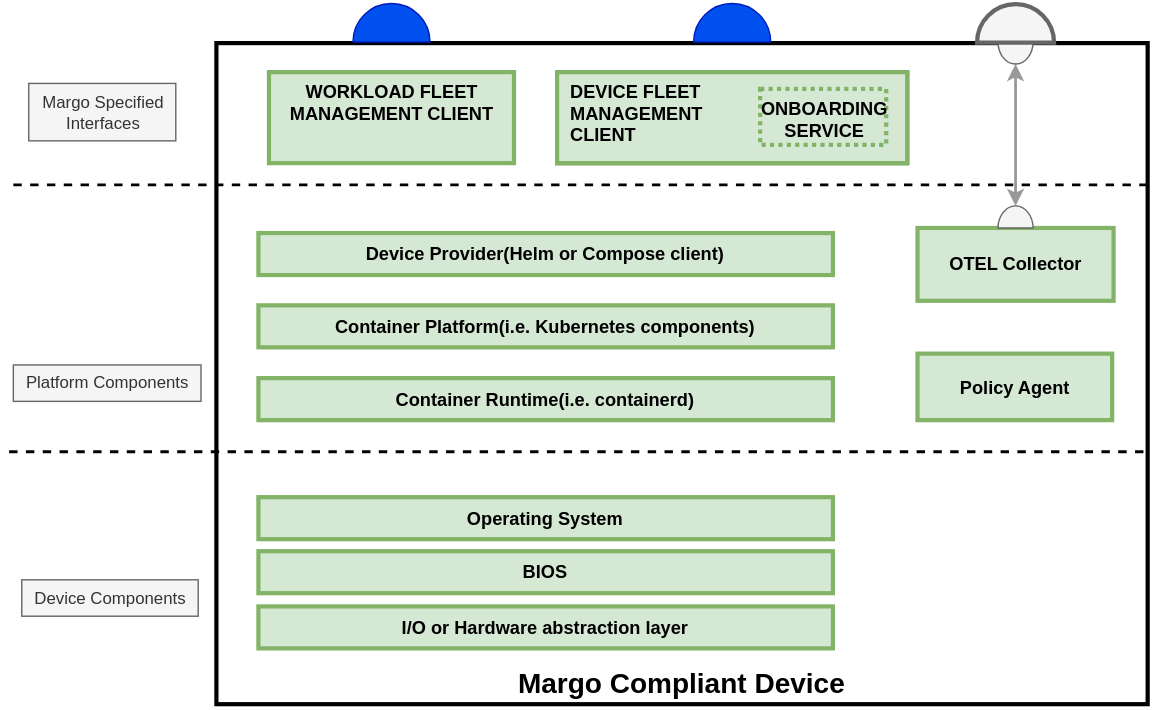
Earlier version of the draw.io export system-design/figures/device-layers.drawio.svg (margo/general_website_content). Source tidied: cells renumbered, new cells last; positions are measured from the earlier drawing's top-left corner, leaving out a move shared by most shapes. Source of this version:
```xml
<mxGraphModel>
  <root>
    <mxCell id="0" />
    <mxCell id="1" parent="0" />
    <mxCell id="2" style="rounded=0;whiteSpace=wrap;html=1;strokeColor=none;" parent="1" vertex="1">
      <mxGeometry width="824" height="507" as="geometry" />
    </mxCell>
    <mxCell id="3" value="Margo Compliant Device" style="whiteSpace=wrap;align=center;verticalAlign=bottom;fontStyle=1;strokeWidth=3;fontSize=20;rounded=0;fontFamily=Helvetica;" parent="1" vertex="1">
      <mxGeometry x="154" y="30.3" width="665" height="472.1" as="geometry" />
    </mxCell>
    <mxCell id="4" style="edgeStyle=orthogonalEdgeStyle;rounded=0;jettySize=auto;html=1;exitX=0.5;exitY=1;exitDx=0;exitDy=0;startArrow=classic;startFill=1;fillColor=#dae8fc;strokeColor=#999999;fontSize=11;verticalAlign=middle;strokeWidth=2;exitPerimeter=0;entryX=0.5;entryY=1;entryDx=0;entryDy=0;entryPerimeter=0;align=center;fontFamily=Helvetica;fontColor=default;labelBackgroundColor=default;endArrow=classic;fontStyle=0;elbow=horizontal;endFill=1;" parent="1" edge="1" source="5" target="20">
      <mxGeometry relative="1" as="geometry" />
    </mxCell>
    <mxCell id="5" style="verticalLabelPosition=bottom;verticalAlign=top;html=1;shape=mxgraph.basic.half_circle;fillColor=#f5f5f5;rotation=-180;rounded=0;fontFamily=Helvetica;fontColor=#333333;strokeColor=#666666;direction=west;fontStyle=0;" parent="1" vertex="1">
      <mxGeometry x="712.2" y="29.5" width="25" height="15.8" as="geometry" />
    </mxCell>
    <mxCell id="6" style="endArrow=none;dashed=1;html=1;rounded=0;strokeWidth=2;fontStyle=0;" parent="1" edge="1">
      <mxGeometry relative="1" as="geometry">
        <mxPoint x="6" y="322.1" as="sourcePoint" />
        <mxPoint x="819" y="322.1" as="targetPoint" />
      </mxGeometry>
    </mxCell>
    <mxCell id="7" style="endArrow=none;dashed=1;html=1;rounded=0;strokeWidth=2;fontStyle=0;" parent="1" edge="1">
      <mxGeometry relative="1" as="geometry">
        <mxPoint x="9" y="131.5" as="sourcePoint" />
        <mxPoint x="822" y="131.5" as="targetPoint" />
      </mxGeometry>
    </mxCell>
    <mxCell id="8" value="Margo Specified&lt;div&gt;Interfaces&lt;/div&gt;" style="text;html=1;align=center;verticalAlign=middle;strokeColor=#666666;fillColor=#f5f5f5;fontColor=#333333;fontStyle=0;" parent="1" vertex="1">
      <mxGeometry x="20" y="59.1" width="105" height="41" as="geometry" />
    </mxCell>
    <mxCell id="9" value="Platform Components" style="text;html=1;align=center;verticalAlign=middle;strokeColor=#666666;fillColor=#f5f5f5;fontColor=#333333;fontStyle=0;" parent="1" vertex="1">
      <mxGeometry x="9" y="260.1" width="134" height="26" as="geometry" />
    </mxCell>
    <mxCell id="10" value="Device Components" style="text;html=1;align=center;verticalAlign=middle;strokeColor=#666666;fillColor=#f5f5f5;fontColor=#333333;fontStyle=0;" parent="1" vertex="1">
      <mxGeometry x="15" y="413.5" width="126" height="26" as="geometry" />
    </mxCell>
    <mxCell id="11" style="verticalLabelPosition=bottom;verticalAlign=middle;html=1;shape=mxgraph.basic.half_circle;fillColor=#f5f5f5;strokeColor=#666666;rounded=0;fontColor=#333333;rotation=-180;fontFamily=Helvetica;fontStyle=1;strokeWidth=3;align=center;fontSize=12;" parent="1" vertex="1">
      <mxGeometry x="697.2" y="2.5" width="55" height="27.5" as="geometry" />
    </mxCell>
    <mxCell id="12" style="verticalLabelPosition=bottom;verticalAlign=top;html=1;shape=mxgraph.basic.half_circle;fillColor=#0050ef;rotation=-180;rounded=0;fontFamily=Helvetica;fontColor=#ffffff;strokeColor=#001DBC;fontStyle=0;" parent="1" vertex="1">
      <mxGeometry x="251.5" y="2" width="55" height="27.5" as="geometry" />
    </mxCell>
    <mxCell id="13" style="verticalLabelPosition=bottom;verticalAlign=top;html=1;shape=mxgraph.basic.half_circle;fillColor=#0050ef;strokeColor=#001DBC;rounded=0;fontColor=#ffffff;rotation=-180;fontFamily=Helvetica;align=center;fontSize=12;fontStyle=0;" parent="1" vertex="1">
      <mxGeometry x="494.8" y="2" width="55" height="27.5" as="geometry" />
    </mxCell>
    <mxCell id="14" value="Policy Agent" style="whiteSpace=wrap;align=center;verticalAlign=middle;fontStyle=1;strokeWidth=3;fontSize=13;rounded=0;fillColor=#d5e8d4;strokeColor=#82b366;fontFamily=Helvetica;" parent="1" vertex="1">
      <mxGeometry x="654.7" y="252" width="139" height="47.5" as="geometry" />
    </mxCell>
    <mxCell id="15" value="Device Provider(Helm or Compose client)" style="whiteSpace=wrap;align=center;verticalAlign=middle;fontStyle=1;strokeWidth=3;fontSize=13;rounded=0;fillColor=#d5e8d4;strokeColor=#82b366;fontFamily=Helvetica;" parent="1" vertex="1">
      <mxGeometry x="184" y="165.9" width="410.2" height="30" as="geometry" />
    </mxCell>
    <mxCell id="16" value="Container Platform(i.e. Kubernetes components)" style="whiteSpace=wrap;align=center;verticalAlign=middle;fontStyle=1;strokeWidth=3;fontSize=13;rounded=0;fillColor=#d5e8d4;strokeColor=#82b366;fontFamily=Helvetica;" parent="1" vertex="1">
      <mxGeometry x="184" y="217.5" width="410.2" height="30" as="geometry" />
    </mxCell>
    <mxCell id="17" value="Container Runtime(i.e. containerd)" style="whiteSpace=wrap;align=center;verticalAlign=middle;fontStyle=1;strokeWidth=3;fontSize=13;rounded=0;fillColor=#d5e8d4;strokeColor=#82b366;fontFamily=Helvetica;" parent="1" vertex="1">
      <mxGeometry x="184" y="269.5" width="410.2" height="30" as="geometry" />
    </mxCell>
    <mxCell id="18" style="group;" parent="1" vertex="1">
      <mxGeometry x="654.7" y="146.5" width="140" height="67.8" as="geometry" />
    </mxCell>
    <mxCell id="19" value="OTEL Collector" style="whiteSpace=wrap;align=center;verticalAlign=middle;fontStyle=1;strokeWidth=3;fontSize=13;rounded=0;fillColor=#d5e8d4;strokeColor=#82b366;fontFamily=Helvetica;" parent="18" vertex="1">
      <mxGeometry y="15.8" width="140" height="52" as="geometry" />
    </mxCell>
    <mxCell id="20" style="verticalLabelPosition=bottom;verticalAlign=top;html=1;shape=mxgraph.basic.half_circle;fillColor=#f5f5f5;rotation=-180;rounded=0;fontFamily=Helvetica;fontColor=#333333;strokeColor=#666666;fontStyle=0;" parent="18" vertex="1">
      <mxGeometry x="57.5" width="25" height="15.8" as="geometry" />
    </mxCell>
    <mxCell id="21" value="Operating System" style="whiteSpace=wrap;align=center;verticalAlign=middle;fontStyle=1;strokeWidth=3;fontSize=13;rounded=0;fillColor=#d5e8d4;strokeColor=#82b366;fontFamily=Helvetica;" parent="1" vertex="1">
      <mxGeometry x="184" y="354.5" width="410.2" height="30" as="geometry" />
    </mxCell>
    <mxCell id="22" value="BIOS" style="whiteSpace=wrap;align=center;verticalAlign=middle;fontStyle=1;strokeWidth=3;fontSize=13;rounded=0;fillColor=#d5e8d4;strokeColor=#82b366;fontFamily=Helvetica;" parent="1" vertex="1">
      <mxGeometry x="184" y="393.1" width="410.2" height="30" as="geometry" />
    </mxCell>
    <mxCell id="23" value="I/O or Hardware abstraction layer" style="whiteSpace=wrap;align=center;verticalAlign=middle;fontStyle=1;strokeWidth=3;fontSize=13;rounded=0;fillColor=#d5e8d4;strokeColor=#82b366;fontFamily=Helvetica;" parent="1" vertex="1">
      <mxGeometry x="184" y="432.5" width="410.2" height="30" as="geometry" />
    </mxCell>
    <mxCell id="24" value="WORKLOAD FLEET MANAGEMENT CLIENT" style="whiteSpace=wrap;align=center;verticalAlign=top;fontStyle=1;strokeWidth=3;fontSize=13;rounded=0;fontFamily=Helvetica;fillColor=#d5e8d4;strokeColor=#82b366;" parent="1" vertex="1">
      <mxGeometry x="191.5" y="51" width="175" height="65" as="geometry" />
    </mxCell>
    <mxCell id="25" style="group;fillColor=#d5e8d4;strokeColor=#82b366;rounded=0;strokeWidth=3;align=left;verticalAlign=top;fontFamily=Helvetica;fontSize=13;fontColor=default;fontStyle=1;" parent="1" vertex="1">
      <mxGeometry x="397.3" y="51" width="250" height="65" as="geometry" />
    </mxCell>
    <mxCell id="26" style="group;rounded=0;strokeColor=#82b366;strokeWidth=3;align=center;verticalAlign=top;fontFamily=Helvetica;fontSize=13;fontColor=default;fontStyle=1;fillColor=#d5e8d4;" parent="25" vertex="1">
      <mxGeometry width="250" height="65" as="geometry" />
    </mxCell>
    <mxCell id="27" value="DEVICE FLEET &#10;MANAGEMENT&#10;CLIENT" style="whiteSpace=wrap;align=left;verticalAlign=top;fontStyle=1;strokeWidth=3;fillColor=#d5e8d4;strokeColor=#82b366;fontSize=13;rounded=0;spacingRight=5;spacingLeft=8;fontColor=default;fontFamily=Helvetica;" parent="26" vertex="1">
      <mxGeometry width="250" height="65" as="geometry" />
    </mxCell>
    <mxCell id="28" value="ONBOARDING SERVICE" style="whiteSpace=wrap;align=center;verticalAlign=top;fontStyle=1;strokeWidth=3;fillColor=#d5e8d4;strokeColor=#82b366;fontSize=13;rounded=0;spacingRight=5;spacingLeft=8;fontColor=default;dashed=1;dashPattern=1 1;fontFamily=Helvetica;" parent="26" vertex="1">
      <mxGeometry x="145" y="12" width="90" height="40" as="geometry" />
    </mxCell>
  </root>
</mxGraphModel>
```
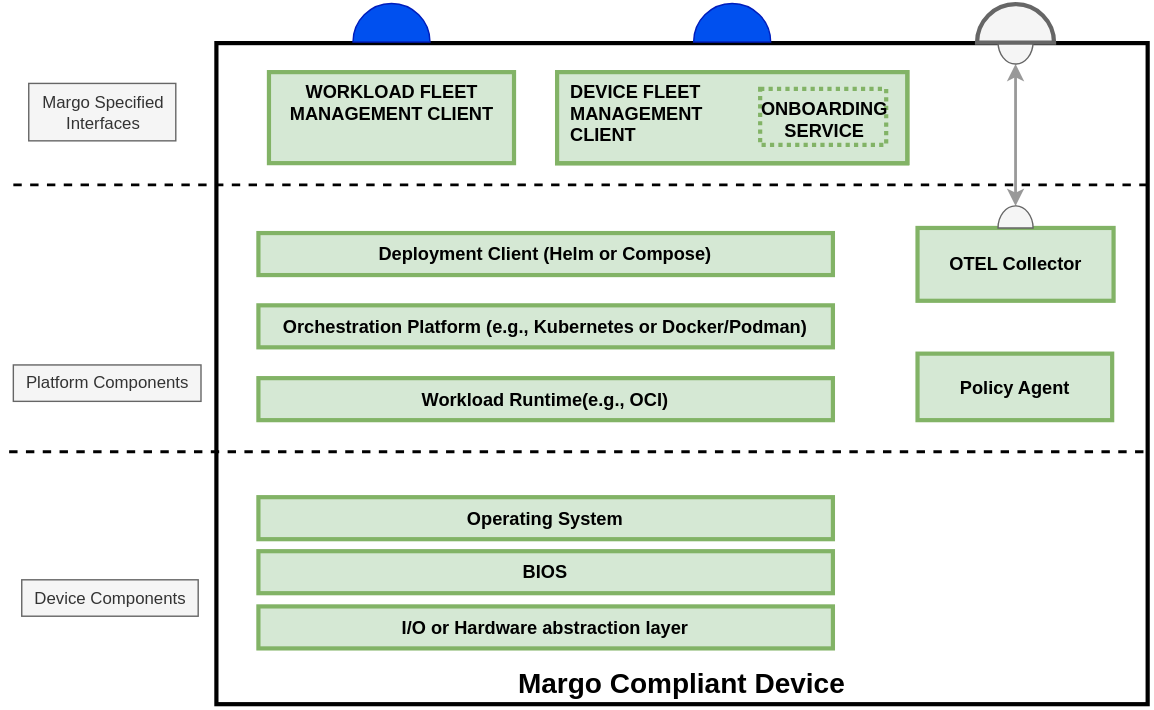
The same file after the commit.

Commit message:
Device roles to capabilities (#26)

The edit, as a diff of the source:
```diff
@@ -44,16 +44,16 @@
     <mxCell id="13" style="verticalLabelPosition=bottom;verticalAlign=top;html=1;shape=mxgraph.basic.half_circle;fillColor=#0050ef;strokeColor=#001DBC;rounded=0;fontColor=#ffffff;rotation=-180;fontFamily=Helvetica;align=center;fontSize=12;fontStyle=0;" parent="1" vertex="1">
       <mxGeometry x="494.8" y="2" width="55" height="27.5" as="geometry" />
     </mxCell>
-    <mxCell id="14" value="Policy Agent" style="whiteSpace=wrap;align=center;verticalAlign=middle;fontStyle=1;strokeWidth=3;fontSize=13;rounded=0;fillColor=#d5e8d4;strokeColor=#82b366;fontFamily=Helvetica;" parent="1" vertex="1">
+    <mxCell id="14" value="Policy Agent " style="whiteSpace=wrap;align=center;verticalAlign=middle;fontStyle=1;strokeWidth=3;fontSize=13;rounded=0;fillColor=#d5e8d4;strokeColor=#82b366;fontFamily=Helvetica;" parent="1" vertex="1">
       <mxGeometry x="654.7" y="252" width="139" height="47.5" as="geometry" />
     </mxCell>
-    <mxCell id="15" value="Device Provider(Helm or Compose client)" style="whiteSpace=wrap;align=center;verticalAlign=middle;fontStyle=1;strokeWidth=3;fontSize=13;rounded=0;fillColor=#d5e8d4;strokeColor=#82b366;fontFamily=Helvetica;" parent="1" vertex="1">
+    <mxCell id="15" value="Deployment Client (Helm or Compose)" style="whiteSpace=wrap;align=center;verticalAlign=middle;fontStyle=1;strokeWidth=3;fontSize=13;rounded=0;fillColor=#d5e8d4;strokeColor=#82b366;fontFamily=Helvetica;" parent="1" vertex="1">
       <mxGeometry x="184" y="165.9" width="410.2" height="30" as="geometry" />
     </mxCell>
-    <mxCell id="16" value="Container Platform(i.e. Kubernetes components)" style="whiteSpace=wrap;align=center;verticalAlign=middle;fontStyle=1;strokeWidth=3;fontSize=13;rounded=0;fillColor=#d5e8d4;strokeColor=#82b366;fontFamily=Helvetica;" parent="1" vertex="1">
+    <mxCell id="16" value="Orchestration Platform (e.g., Kubernetes or Docker/Podman)" style="whiteSpace=wrap;align=center;verticalAlign=middle;fontStyle=1;strokeWidth=3;fontSize=13;rounded=0;fillColor=#d5e8d4;strokeColor=#82b366;fontFamily=Helvetica;" parent="1" vertex="1">
       <mxGeometry x="184" y="217.5" width="410.2" height="30" as="geometry" />
     </mxCell>
-    <mxCell id="17" value="Container Runtime(i.e. containerd)" style="whiteSpace=wrap;align=center;verticalAlign=middle;fontStyle=1;strokeWidth=3;fontSize=13;rounded=0;fillColor=#d5e8d4;strokeColor=#82b366;fontFamily=Helvetica;" parent="1" vertex="1">
+    <mxCell id="17" value="Workload Runtime(e.g., OCI)" style="whiteSpace=wrap;align=center;verticalAlign=middle;fontStyle=1;strokeWidth=3;fontSize=13;rounded=0;fillColor=#d5e8d4;strokeColor=#82b366;fontFamily=Helvetica;" parent="1" vertex="1">
       <mxGeometry x="184" y="269.5" width="410.2" height="30" as="geometry" />
     </mxCell>
     <mxCell id="18" style="group;" parent="1" vertex="1">
```
